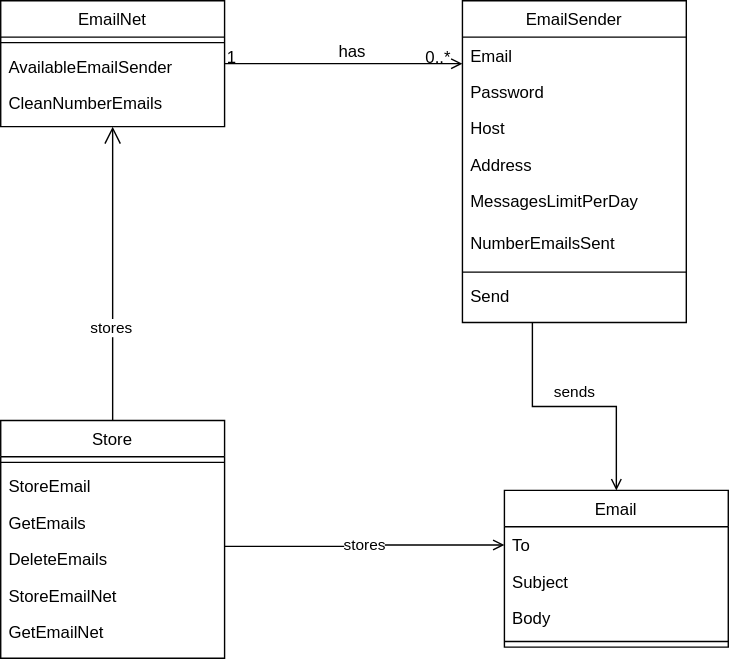
This is paulo/src/paulo-class-diagram.drawio.svg from palavrapasse/docs, a draw.io export, as it was before one commit. Source tidied: cells renumbered, new cells last; positions are measured from the earlier drawing's top-left corner, leaving out a move shared by most shapes.
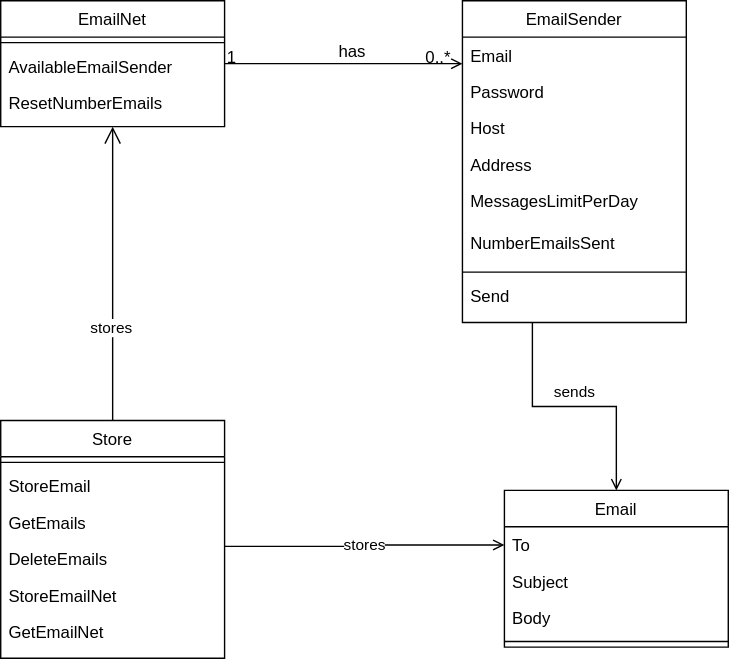
Above is the later version.

Commit message:
docs (paulo): changed function name in the class diagram

The edit, as a diff of the source:
```diff
@@ -11,7 +11,7 @@
     <mxCell id="4" value="AvailableEmailSender" style="text;align=left;verticalAlign=top;spacingLeft=4;spacingRight=4;overflow=hidden;" parent="2" vertex="1">
       <mxGeometry y="34" width="160" height="26" as="geometry" />
     </mxCell>
-    <mxCell id="5" value="CleanNumberEmails" style="text;align=left;verticalAlign=top;spacingLeft=4;spacingRight=4;overflow=hidden;" parent="2" vertex="1">
+    <mxCell id="5" value="ResetNumberEmails" style="text;align=left;verticalAlign=top;spacingLeft=4;spacingRight=4;overflow=hidden;" parent="2" vertex="1">
       <mxGeometry y="60" width="160" height="26" as="geometry" />
     </mxCell>
     <mxCell id="6" value="stores" style="edgeStyle=orthogonalEdgeStyle;rounded=0;jettySize=auto;html=1;entryX=0;entryY=0.5;entryDx=0;entryDy=0;endArrow=open;endFill=0;" parent="1" edge="1" source="7" target="17">
```
